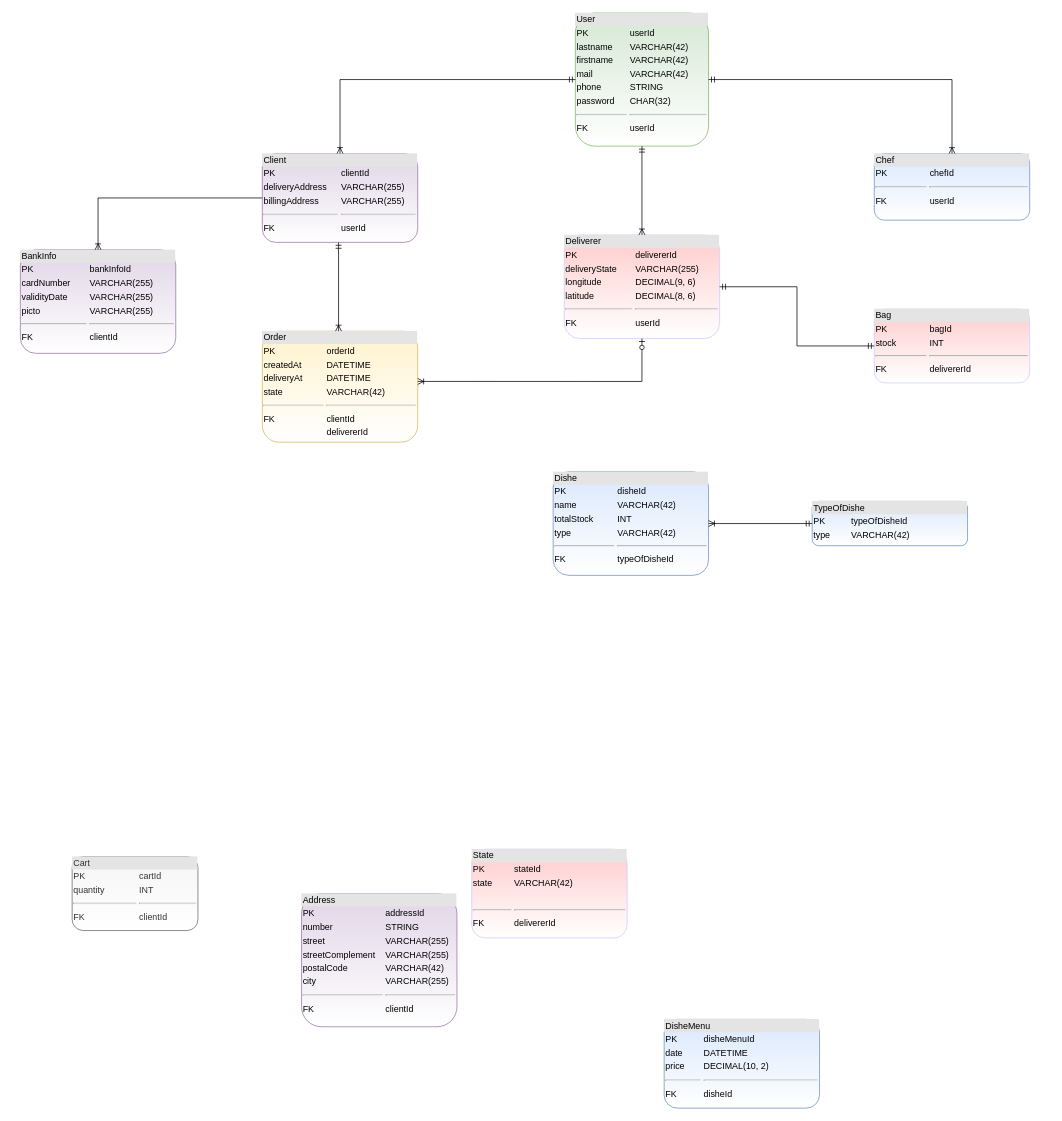
Before: page "Modèle physique de données" (2 of 2) of Diagramme des classes.drawio in klaxurit/JuncaHugo_4_10122021, a draw.io diagram. Source tidied: cells renumbered, new cells numbered last; positions are measured from the earlier drawing's top-left corner, leaving out a move shared by most shapes. Both pictures are drawn from the tidied source at 74%, with x=0, y=0 at pixel (20, 13).
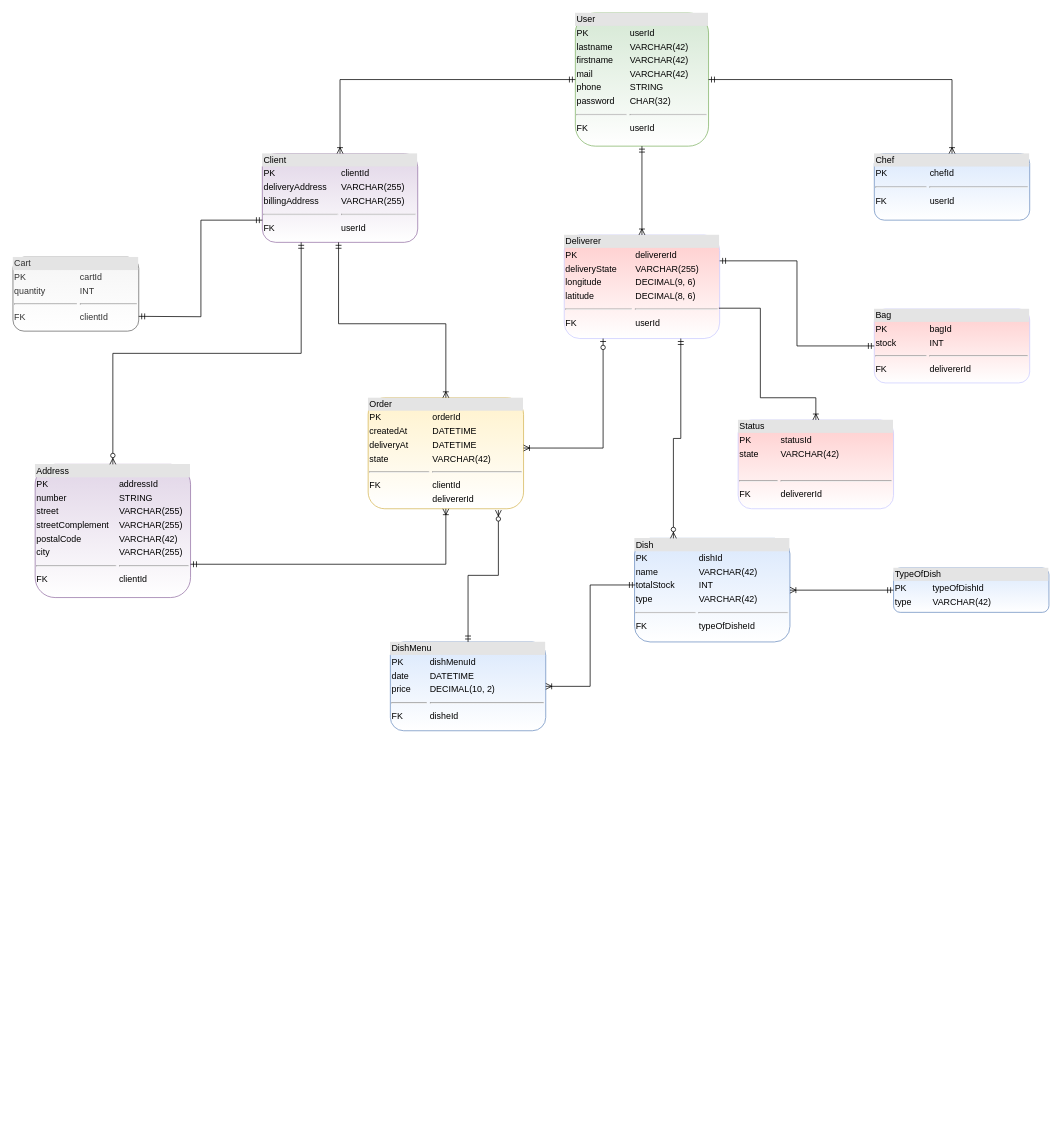
Above is the later version.

Unchanged cells that the change refers to:
```xml
<mxCell id="2" value="&lt;div style=&quot;box-sizing: border-box ; width: 100% ; background: #e4e4e4 ; padding: 2px&quot;&gt;Client&lt;/div&gt;&lt;table style=&quot;width: 100% ; font-size: 1em&quot; cellpadding=&quot;2&quot; cellspacing=&quot;0&quot;&gt;&lt;tbody&gt;&lt;tr&gt;&lt;td&gt;PK&lt;/td&gt;&lt;td&gt;clientId&lt;br&gt;&lt;/td&gt;&lt;/tr&gt;&lt;tr&gt;&lt;td&gt;deliveryAddress&lt;br&gt;&lt;/td&gt;&lt;td&gt;VARCHAR(255)&lt;/td&gt;&lt;/tr&gt;&lt;tr&gt;&lt;td&gt;billingAddress&lt;/td&gt;&lt;td&gt;VARCHAR(255)&lt;/td&gt;&lt;/tr&gt;&lt;tr&gt;&lt;td&gt;&lt;hr&gt;&lt;/td&gt;&lt;td&gt;&lt;hr&gt;&lt;/td&gt;&lt;/tr&gt;&lt;tr&gt;&lt;td&gt;FK&lt;/td&gt;&lt;td&gt;userId&lt;/td&gt;&lt;/tr&gt;&lt;tr&gt;&lt;td&gt;&lt;/td&gt;&lt;td&gt;&lt;br&gt;&lt;/td&gt;&lt;/tr&gt;&lt;/tbody&gt;&lt;/table&gt;" style="verticalAlign=top;align=left;overflow=fill;html=1;fillColor=#e1d5e7;strokeColor=#9673a6;shadow=0;sketch=0;glass=0;rounded=1;gradientColor=#ffffff;" parent="1" vertex="1">
  <mxGeometry x="327" y="190" width="210" height="120" as="geometry" />
</mxCell>
<mxCell id="4" value="&lt;div style=&quot;box-sizing: border-box ; width: 100% ; background: #e4e4e4 ; padding: 2px&quot;&gt;Deliverer&lt;/div&gt;&lt;table style=&quot;width: 100% ; font-size: 1em&quot; cellpadding=&quot;2&quot; cellspacing=&quot;0&quot;&gt;&lt;tbody&gt;&lt;tr&gt;&lt;td&gt;PK&lt;/td&gt;&lt;td&gt;delivererId&lt;/td&gt;&lt;/tr&gt;&lt;tr&gt;&lt;td&gt;deliveryState&lt;br&gt;&lt;/td&gt;&lt;td&gt;VARCHAR(255)&lt;/td&gt;&lt;/tr&gt;&lt;tr&gt;&lt;td&gt;longitude&lt;/td&gt;&lt;td&gt;DECIMAL(9, 6)&lt;/td&gt;&lt;/tr&gt;&lt;tr&gt;&lt;td&gt;latitude&lt;/td&gt;&lt;td&gt;DECIMAL(8, 6)&lt;/td&gt;&lt;/tr&gt;&lt;tr&gt;&lt;td&gt;&lt;hr&gt;&lt;/td&gt;&lt;td&gt;&lt;hr&gt;&lt;/td&gt;&lt;/tr&gt;&lt;tr&gt;&lt;td&gt;FK&lt;/td&gt;&lt;td&gt;userId&lt;/td&gt;&lt;/tr&gt;&lt;tr&gt;&lt;td&gt;&lt;/td&gt;&lt;td&gt;&lt;br&gt;&lt;/td&gt;&lt;/tr&gt;&lt;/tbody&gt;&lt;/table&gt;" style="verticalAlign=top;align=left;overflow=fill;html=1;fillColor=#FFCCCC;strokeColor=#CCCCFF;gradientColor=#ffffff;shadow=0;sketch=0;glass=0;rounded=1;" parent="1" vertex="1">
  <mxGeometry x="735" y="300" width="210" height="140" as="geometry" />
</mxCell>
<mxCell id="9" value="&lt;div style=&quot;box-sizing: border-box ; width: 100% ; background: #e4e4e4 ; padding: 2px&quot;&gt;Bag&lt;/div&gt;&lt;table style=&quot;width: 100% ; font-size: 1em&quot; cellpadding=&quot;2&quot; cellspacing=&quot;0&quot;&gt;&lt;tbody&gt;&lt;tr&gt;&lt;td&gt;PK&lt;/td&gt;&lt;td&gt;bagId&lt;/td&gt;&lt;/tr&gt;&lt;tr&gt;&lt;td&gt;stock&lt;br&gt;&lt;/td&gt;&lt;td&gt;INT&lt;/td&gt;&lt;/tr&gt;&lt;tr&gt;&lt;td&gt;&lt;hr&gt;&lt;/td&gt;&lt;td&gt;&lt;hr&gt;&lt;/td&gt;&lt;/tr&gt;&lt;tr&gt;&lt;td&gt;FK&lt;/td&gt;&lt;td&gt;delivererId&lt;/td&gt;&lt;/tr&gt;&lt;tr&gt;&lt;td&gt;&lt;/td&gt;&lt;td&gt;&lt;br&gt;&lt;/td&gt;&lt;/tr&gt;&lt;/tbody&gt;&lt;/table&gt;" style="verticalAlign=top;align=left;overflow=fill;html=1;fillColor=#FFCCCC;strokeColor=#CCCCFF;gradientColor=#ffffff;shadow=0;sketch=0;glass=0;rounded=1;" parent="1" vertex="1">
  <mxGeometry x="1154" y="400" width="210" height="100" as="geometry" />
</mxCell>
```

What changed in the source:
```diff
@@
     <mxCell id="6" value="&lt;div style=&quot;box-sizing: border-box ; width: 100% ; background: #e4e4e4 ; padding: 2px&quot;&gt;Address&lt;/div&gt;&lt;table style=&quot;width: 100% ; font-size: 1em&quot; cellpadding=&quot;2&quot; cellspacing=&quot;0&quot;&gt;&lt;tbody&gt;&lt;tr&gt;&lt;td&gt;PK&lt;/td&gt;&lt;td&gt;addressId&lt;br&gt;&lt;/td&gt;&lt;/tr&gt;&lt;tr&gt;&lt;td&gt;number&lt;br&gt;&lt;/td&gt;&lt;td&gt;STRING&lt;/td&gt;&lt;/tr&gt;&lt;tr&gt;&lt;td&gt;street&lt;/td&gt;&lt;td&gt;VARCHAR(255)&lt;/td&gt;&lt;/tr&gt;&lt;tr&gt;&lt;td&gt;streetComplement&lt;/td&gt;&lt;td&gt;VARCHAR(255)&lt;/td&gt;&lt;/tr&gt;&lt;tr&gt;&lt;td&gt;postalCode&lt;/td&gt;&lt;td&gt;VARCHAR(42)&lt;/td&gt;&lt;/tr&gt;&lt;tr&gt;&lt;td&gt;city&lt;/td&gt;&lt;td&gt;VARCHAR(255)&lt;/td&gt;&lt;/tr&gt;&lt;tr&gt;&lt;td&gt;&lt;hr&gt;&lt;/td&gt;&lt;td&gt;&lt;hr&gt;&lt;/td&gt;&lt;/tr&gt;&lt;tr&gt;&lt;td&gt;FK&lt;/td&gt;&lt;td&gt;clientId&lt;/td&gt;&lt;/tr&gt;&lt;tr&gt;&lt;td&gt;&lt;/td&gt;&lt;td&gt;&lt;br&gt;&lt;/td&gt;&lt;/tr&gt;&lt;/tbody&gt;&lt;/table&gt;" style="verticalAlign=top;align=left;overflow=fill;html=1;fillColor=#e1d5e7;strokeColor=#9673a6;shadow=0;sketch=0;glass=0;rounded=1;gradientColor=#ffffff;" parent="1" vertex="1">
-      <mxGeometry x="380" y="1190" width="210" height="180" as="geometry" />
+      <mxGeometry x="20" y="610" width="210" height="180" as="geometry" />
     </mxCell>
-    <mxCell id="7" value="&lt;div style=&quot;box-sizing: border-box ; width: 100% ; background: #e4e4e4 ; padding: 2px&quot;&gt;BankInfo&lt;/div&gt;&lt;table style=&quot;width: 100% ; font-size: 1em&quot; cellpadding=&quot;2&quot; cellspacing=&quot;0&quot;&gt;&lt;tbody&gt;&lt;tr&gt;&lt;td&gt;PK&lt;/td&gt;&lt;td&gt;bankInfoId&lt;br&gt;&lt;/td&gt;&lt;/tr&gt;&lt;tr&gt;&lt;td&gt;cardNumber&lt;br&gt;&lt;/td&gt;&lt;td&gt;VARCHAR(255)&lt;/td&gt;&lt;/tr&gt;&lt;tr&gt;&lt;td&gt;validityDate&lt;/td&gt;&lt;td&gt;VARCHAR(255)&lt;/td&gt;&lt;/tr&gt;&lt;tr&gt;&lt;td&gt;picto&lt;/td&gt;&lt;td&gt;VARCHAR(255)&lt;/td&gt;&lt;/tr&gt;&lt;tr&gt;&lt;td&gt;&lt;hr&gt;&lt;/td&gt;&lt;td&gt;&lt;hr&gt;&lt;/td&gt;&lt;/tr&gt;&lt;tr&gt;&lt;td&gt;FK&lt;/td&gt;&lt;td&gt;clientId&lt;/td&gt;&lt;/tr&gt;&lt;tr&gt;&lt;td&gt;&lt;/td&gt;&lt;td&gt;&lt;br&gt;&lt;/td&gt;&lt;/tr&gt;&lt;/tbody&gt;&lt;/table&gt;" style="verticalAlign=top;align=left;overflow=fill;html=1;fillColor=#e1d5e7;strokeColor=#9673a6;shadow=0;sketch=0;glass=0;rounded=1;gradientColor=#ffffff;" parent="1" vertex="1">
-      <mxGeometry y="320" width="210" height="140" as="geometry" />
-    </mxCell>
-    <mxCell id="8" value="&lt;div style=&quot;box-sizing: border-box ; width: 100% ; background: #e4e4e4 ; padding: 2px&quot;&gt;State&lt;/div&gt;&lt;table style=&quot;width: 100% ; font-size: 1em&quot; cellpadding=&quot;2&quot; cellspacing=&quot;0&quot;&gt;&lt;tbody&gt;&lt;tr&gt;&lt;td&gt;PK&lt;/td&gt;&lt;td&gt;stateId&lt;/td&gt;&lt;/tr&gt;&lt;tr&gt;&lt;td&gt;state&lt;br&gt;&lt;/td&gt;&lt;td&gt;VARCHAR(42)&lt;/td&gt;&lt;/tr&gt;&lt;tr&gt;&lt;td&gt;&lt;br&gt;&lt;/td&gt;&lt;td&gt;&lt;br&gt;&lt;/td&gt;&lt;/tr&gt;&lt;tr&gt;&lt;td&gt;&lt;hr&gt;&lt;/td&gt;&lt;td&gt;&lt;hr&gt;&lt;/td&gt;&lt;/tr&gt;&lt;tr&gt;&lt;td&gt;FK&lt;/td&gt;&lt;td&gt;delivererId&lt;/td&gt;&lt;/tr&gt;&lt;tr&gt;&lt;td&gt;&lt;/td&gt;&lt;td&gt;&lt;br&gt;&lt;/td&gt;&lt;/tr&gt;&lt;/tbody&gt;&lt;/table&gt;" style="verticalAlign=top;align=left;overflow=fill;html=1;fillColor=#FFCCCC;strokeColor=#CCCCFF;gradientColor=#ffffff;shadow=0;sketch=0;glass=0;rounded=1;" parent="1" vertex="1">
-      <mxGeometry x="610" y="1130" width="210" height="120" as="geometry" />
+    <mxCell id="8" value="&lt;div style=&quot;box-sizing: border-box ; width: 100% ; background: #e4e4e4 ; padding: 2px&quot;&gt;Status&lt;/div&gt;&lt;table style=&quot;width: 100% ; font-size: 1em&quot; cellpadding=&quot;2&quot; cellspacing=&quot;0&quot;&gt;&lt;tbody&gt;&lt;tr&gt;&lt;td&gt;PK&lt;/td&gt;&lt;td&gt;statusId&lt;/td&gt;&lt;/tr&gt;&lt;tr&gt;&lt;td&gt;state&lt;br&gt;&lt;/td&gt;&lt;td&gt;VARCHAR(42)&lt;/td&gt;&lt;/tr&gt;&lt;tr&gt;&lt;td&gt;&lt;br&gt;&lt;/td&gt;&lt;td&gt;&lt;br&gt;&lt;/td&gt;&lt;/tr&gt;&lt;tr&gt;&lt;td&gt;&lt;hr&gt;&lt;/td&gt;&lt;td&gt;&lt;hr&gt;&lt;/td&gt;&lt;/tr&gt;&lt;tr&gt;&lt;td&gt;FK&lt;/td&gt;&lt;td&gt;delivererId&lt;/td&gt;&lt;/tr&gt;&lt;tr&gt;&lt;td&gt;&lt;/td&gt;&lt;td&gt;&lt;br&gt;&lt;/td&gt;&lt;/tr&gt;&lt;/tbody&gt;&lt;/table&gt;" style="verticalAlign=top;align=left;overflow=fill;html=1;fillColor=#FFCCCC;strokeColor=#CCCCFF;gradientColor=#ffffff;shadow=0;sketch=0;glass=0;rounded=1;" parent="1" vertex="1">
+      <mxGeometry x="970" y="550" width="210" height="120" as="geometry" />
     </mxCell>
@@
-    <mxCell id="10" value="&lt;div style=&quot;box-sizing: border-box ; width: 100% ; background: #e4e4e4 ; padding: 2px&quot;&gt;Dishe&lt;/div&gt;&lt;table style=&quot;width: 100% ; font-size: 1em&quot; cellpadding=&quot;2&quot; cellspacing=&quot;0&quot;&gt;&lt;tbody&gt;&lt;tr&gt;&lt;td&gt;PK&lt;/td&gt;&lt;td&gt;disheId&lt;/td&gt;&lt;/tr&gt;&lt;tr&gt;&lt;td&gt;name&lt;/td&gt;&lt;td&gt;VARCHAR(42)&lt;/td&gt;&lt;/tr&gt;&lt;tr&gt;&lt;td&gt;totalStock&lt;/td&gt;&lt;td&gt;INT&lt;/td&gt;&lt;/tr&gt;&lt;tr&gt;&lt;td&gt;type&lt;/td&gt;&lt;td&gt;VARCHAR(42)&lt;/td&gt;&lt;/tr&gt;&lt;tr&gt;&lt;td&gt;&lt;hr&gt;&lt;/td&gt;&lt;td&gt;&lt;hr&gt;&lt;/td&gt;&lt;/tr&gt;&lt;tr&gt;&lt;td&gt;FK&lt;/td&gt;&lt;td&gt;typeOfDisheId&lt;/td&gt;&lt;/tr&gt;&lt;tr&gt;&lt;td&gt;&lt;/td&gt;&lt;td&gt;&lt;br&gt;&lt;/td&gt;&lt;/tr&gt;&lt;/tbody&gt;&lt;/table&gt;" style="verticalAlign=top;align=left;overflow=fill;html=1;fillColor=#dae8fc;strokeColor=#6c8ebf;shadow=0;sketch=0;glass=0;rounded=1;gradientColor=#ffffff;" parent="1" vertex="1">
-      <mxGeometry x="720" y="620" width="210" height="140" as="geometry" />
+    <mxCell id="10" value="&lt;div style=&quot;box-sizing: border-box ; width: 100% ; background: #e4e4e4 ; padding: 2px&quot;&gt;Dish&lt;/div&gt;&lt;table style=&quot;width: 100% ; font-size: 1em&quot; cellpadding=&quot;2&quot; cellspacing=&quot;0&quot;&gt;&lt;tbody&gt;&lt;tr&gt;&lt;td&gt;PK&lt;/td&gt;&lt;td&gt;dishId&lt;/td&gt;&lt;/tr&gt;&lt;tr&gt;&lt;td&gt;name&lt;/td&gt;&lt;td&gt;VARCHAR(42)&lt;/td&gt;&lt;/tr&gt;&lt;tr&gt;&lt;td&gt;totalStock&lt;/td&gt;&lt;td&gt;INT&lt;/td&gt;&lt;/tr&gt;&lt;tr&gt;&lt;td&gt;type&lt;/td&gt;&lt;td&gt;VARCHAR(42)&lt;/td&gt;&lt;/tr&gt;&lt;tr&gt;&lt;td&gt;&lt;hr&gt;&lt;/td&gt;&lt;td&gt;&lt;hr&gt;&lt;/td&gt;&lt;/tr&gt;&lt;tr&gt;&lt;td&gt;FK&lt;/td&gt;&lt;td&gt;typeOfDisheId&lt;/td&gt;&lt;/tr&gt;&lt;tr&gt;&lt;td&gt;&lt;/td&gt;&lt;td&gt;&lt;br&gt;&lt;/td&gt;&lt;/tr&gt;&lt;/tbody&gt;&lt;/table&gt;" style="verticalAlign=top;align=left;overflow=fill;html=1;fillColor=#dae8fc;strokeColor=#6c8ebf;shadow=0;sketch=0;glass=0;rounded=1;gradientColor=#ffffff;" parent="1" vertex="1">
+      <mxGeometry x="830" y="710" width="210" height="140" as="geometry" />
     </mxCell>
-    <mxCell id="11" value="&lt;div style=&quot;box-sizing: border-box ; width: 100% ; background: #e4e4e4 ; padding: 2px&quot;&gt;TypeOfDishe&lt;/div&gt;&lt;table style=&quot;width: 100% ; font-size: 1em&quot; cellpadding=&quot;2&quot; cellspacing=&quot;0&quot;&gt;&lt;tbody&gt;&lt;tr&gt;&lt;td&gt;PK&lt;/td&gt;&lt;td&gt;typeOfDisheId&lt;/td&gt;&lt;/tr&gt;&lt;tr&gt;&lt;td&gt;type&lt;/td&gt;&lt;td&gt;VARCHAR(42)&lt;/td&gt;&lt;/tr&gt;&lt;tr&gt;&lt;td&gt;&lt;/td&gt;&lt;td&gt;&lt;br&gt;&lt;/td&gt;&lt;/tr&gt;&lt;/tbody&gt;&lt;/table&gt;" style="verticalAlign=top;align=left;overflow=fill;html=1;fillColor=#dae8fc;strokeColor=#6c8ebf;shadow=0;sketch=0;glass=0;rounded=1;gradientColor=#ffffff;" parent="1" vertex="1">
-      <mxGeometry x="1070" y="660" width="210" height="60" as="geometry" />
+    <mxCell id="11" value="&lt;div style=&quot;box-sizing: border-box ; width: 100% ; background: #e4e4e4 ; padding: 2px&quot;&gt;TypeOfDish&lt;/div&gt;&lt;table style=&quot;width: 100% ; font-size: 1em&quot; cellpadding=&quot;2&quot; cellspacing=&quot;0&quot;&gt;&lt;tbody&gt;&lt;tr&gt;&lt;td&gt;PK&lt;/td&gt;&lt;td&gt;typeOfDishId&lt;/td&gt;&lt;/tr&gt;&lt;tr&gt;&lt;td&gt;type&lt;/td&gt;&lt;td&gt;VARCHAR(42)&lt;/td&gt;&lt;/tr&gt;&lt;tr&gt;&lt;td&gt;&lt;/td&gt;&lt;td&gt;&lt;br&gt;&lt;/td&gt;&lt;/tr&gt;&lt;/tbody&gt;&lt;/table&gt;" style="verticalAlign=top;align=left;overflow=fill;html=1;fillColor=#dae8fc;strokeColor=#6c8ebf;shadow=0;sketch=0;glass=0;rounded=1;gradientColor=#ffffff;" parent="1" vertex="1">
+      <mxGeometry x="1180" y="750" width="210" height="60" as="geometry" />
     </mxCell>
-    <mxCell id="12" value="&lt;div style=&quot;box-sizing: border-box ; width: 100% ; background: #e4e4e4 ; padding: 2px&quot;&gt;DisheMenu&lt;/div&gt;&lt;table style=&quot;width: 100% ; font-size: 1em&quot; cellpadding=&quot;2&quot; cellspacing=&quot;0&quot;&gt;&lt;tbody&gt;&lt;tr&gt;&lt;td&gt;PK&lt;/td&gt;&lt;td&gt;disheMenuId&lt;/td&gt;&lt;/tr&gt;&lt;tr&gt;&lt;td&gt;date&lt;/td&gt;&lt;td&gt;DATETIME&lt;/td&gt;&lt;/tr&gt;&lt;tr&gt;&lt;td&gt;price&lt;/td&gt;&lt;td&gt;DECIMAL(10, 2)&lt;/td&gt;&lt;/tr&gt;&lt;tr&gt;&lt;td&gt;&lt;hr&gt;&lt;/td&gt;&lt;td&gt;&lt;hr&gt;&lt;/td&gt;&lt;/tr&gt;&lt;tr&gt;&lt;td&gt;FK&lt;/td&gt;&lt;td&gt;disheId&lt;/td&gt;&lt;/tr&gt;&lt;/tbody&gt;&lt;/table&gt;" style="verticalAlign=top;align=left;overflow=fill;html=1;fillColor=#dae8fc;strokeColor=#6c8ebf;shadow=0;sketch=0;glass=0;rounded=1;gradientColor=#ffffff;" parent="1" vertex="1">
-      <mxGeometry x="870" y="1360" width="210" height="120" as="geometry" />
+    <mxCell id="12" value="&lt;div style=&quot;box-sizing: border-box ; width: 100% ; background: #e4e4e4 ; padding: 2px&quot;&gt;DishMenu&lt;/div&gt;&lt;table style=&quot;width: 100% ; font-size: 1em&quot; cellpadding=&quot;2&quot; cellspacing=&quot;0&quot;&gt;&lt;tbody&gt;&lt;tr&gt;&lt;td&gt;PK&lt;/td&gt;&lt;td&gt;dishMenuId&lt;/td&gt;&lt;/tr&gt;&lt;tr&gt;&lt;td&gt;date&lt;/td&gt;&lt;td&gt;DATETIME&lt;/td&gt;&lt;/tr&gt;&lt;tr&gt;&lt;td&gt;price&lt;/td&gt;&lt;td&gt;DECIMAL(10, 2)&lt;/td&gt;&lt;/tr&gt;&lt;tr&gt;&lt;td&gt;&lt;hr&gt;&lt;/td&gt;&lt;td&gt;&lt;hr&gt;&lt;/td&gt;&lt;/tr&gt;&lt;tr&gt;&lt;td&gt;FK&lt;/td&gt;&lt;td&gt;disheId&lt;/td&gt;&lt;/tr&gt;&lt;/tbody&gt;&lt;/table&gt;" style="verticalAlign=top;align=left;overflow=fill;html=1;fillColor=#dae8fc;strokeColor=#6c8ebf;shadow=0;sketch=0;glass=0;rounded=1;gradientColor=#ffffff;" parent="1" vertex="1">
+      <mxGeometry x="500" y="850" width="210" height="120" as="geometry" />
     </mxCell>
     <mxCell id="13" value="&lt;div style=&quot;box-sizing: border-box ; width: 100% ; background: #e4e4e4 ; padding: 2px&quot;&gt;Order&lt;/div&gt;&lt;table style=&quot;width: 100% ; font-size: 1em&quot; cellpadding=&quot;2&quot; cellspacing=&quot;0&quot;&gt;&lt;tbody&gt;&lt;tr&gt;&lt;td&gt;PK&lt;/td&gt;&lt;td&gt;orderId&lt;/td&gt;&lt;/tr&gt;&lt;tr&gt;&lt;td&gt;createdAt&lt;/td&gt;&lt;td&gt;DATETIME&lt;/td&gt;&lt;/tr&gt;&lt;tr&gt;&lt;td&gt;deliveryAt&lt;/td&gt;&lt;td&gt;DATETIME&lt;/td&gt;&lt;/tr&gt;&lt;tr&gt;&lt;td&gt;state&lt;/td&gt;&lt;td&gt;VARCHAR(42)&lt;/td&gt;&lt;/tr&gt;&lt;tr&gt;&lt;td&gt;&lt;hr&gt;&lt;/td&gt;&lt;td&gt;&lt;hr&gt;&lt;/td&gt;&lt;/tr&gt;&lt;tr&gt;&lt;td&gt;FK&lt;/td&gt;&lt;td&gt;clientId&lt;/td&gt;&lt;/tr&gt;&lt;tr&gt;&lt;td&gt;&lt;br&gt;&lt;/td&gt;&lt;td&gt;delivererId&lt;/td&gt;&lt;/tr&gt;&lt;tr&gt;&lt;td&gt;&lt;br&gt;&lt;/td&gt;&lt;td&gt;&lt;br&gt;&lt;/td&gt;&lt;/tr&gt;&lt;/tbody&gt;&lt;/table&gt;" style="verticalAlign=top;align=left;overflow=fill;html=1;fillColor=#fff2cc;strokeColor=#d6b656;shadow=0;sketch=0;glass=0;rounded=1;gradientColor=#ffffff;" parent="1" vertex="1">
-      <mxGeometry x="327" y="430" width="210" height="150" as="geometry" />
+      <mxGeometry x="470" y="520" width="210" height="150" as="geometry" />
     </mxCell>
     <mxCell id="14" value="&lt;div style=&quot;box-sizing: border-box ; width: 100% ; background: #e4e4e4 ; padding: 2px&quot;&gt;Cart&lt;/div&gt;&lt;table style=&quot;width: 100% ; font-size: 1em&quot; cellpadding=&quot;2&quot; cellspacing=&quot;0&quot;&gt;&lt;tbody&gt;&lt;tr&gt;&lt;td&gt;PK&lt;/td&gt;&lt;td&gt;cartId&lt;/td&gt;&lt;/tr&gt;&lt;tr&gt;&lt;td&gt;quantity&lt;/td&gt;&lt;td&gt;INT&lt;/td&gt;&lt;/tr&gt;&lt;tr&gt;&lt;td&gt;&lt;hr&gt;&lt;/td&gt;&lt;td&gt;&lt;hr&gt;&lt;/td&gt;&lt;/tr&gt;&lt;tr&gt;&lt;td&gt;FK&lt;/td&gt;&lt;td&gt;clientId&lt;/td&gt;&lt;/tr&gt;&lt;tr&gt;&lt;td&gt;&lt;br&gt;&lt;/td&gt;&lt;td&gt;&lt;br&gt;&lt;/td&gt;&lt;/tr&gt;&lt;tr&gt;&lt;td&gt;&lt;br&gt;&lt;/td&gt;&lt;td&gt;&lt;br&gt;&lt;/td&gt;&lt;/tr&gt;&lt;/tbody&gt;&lt;/table&gt;" style="verticalAlign=top;align=left;overflow=fill;html=1;shadow=0;sketch=0;glass=0;rounded=1;fillColor=#f5f5f5;fontColor=#333333;strokeColor=#666666;gradientColor=#ffffff;" parent="1" vertex="1">
-      <mxGeometry x="70" y="1140" width="170" height="100" as="geometry" />
+      <mxGeometry x="-10" y="330" width="170" height="100" as="geometry" />
     </mxCell>
@@
-    <mxCell id="18" style="fontSize=12;html=1;endArrow=ERoneToMany;startArrow=ERmandOne;rounded=0;entryX=0.5;entryY=0;entryDx=0;entryDy=0;exitX=0.5;exitY=1;exitDx=0;exitDy=0;" parent="1" edge="1">
+    <mxCell id="18" style="fontSize=12;html=1;endArrow=ERoneToMany;startArrow=ERmandOne;rounded=0;entryX=0.5;entryY=0;entryDx=0;entryDy=0;exitX=0.5;exitY=1;exitDx=0;exitDy=0;edgeStyle=orthogonalEdgeStyle;" parent="1" edge="1" target="13">
       <mxGeometry relative="1" as="geometry">
         <mxPoint x="430" y="310" as="sourcePoint" />
-        <mxPoint x="430" y="430" as="targetPoint" />
+        <Array as="points">
+          <mxPoint x="430" y="420" />
+          <mxPoint x="575" y="420" />
+        </Array>
       </mxGeometry>
     </mxCell>
@@
-    <mxCell id="20" style="edgeStyle=orthogonalEdgeStyle;fontSize=12;html=1;endArrow=ERoneToMany;startArrow=ERzeroToOne;rounded=0;entryX=1;entryY=0.453;entryDx=0;entryDy=0;entryPerimeter=0;exitX=0.5;exitY=1;exitDx=0;exitDy=0;" parent="1" edge="1" source="4" target="13">
+    <mxCell id="20" style="edgeStyle=orthogonalEdgeStyle;fontSize=12;html=1;endArrow=ERoneToMany;startArrow=ERzeroToOne;rounded=0;entryX=1;entryY=0.453;entryDx=0;entryDy=0;entryPerimeter=0;exitX=0.25;exitY=1;exitDx=0;exitDy=0;" parent="1" edge="1" source="4" target="13">
       <mxGeometry relative="1" as="geometry" />
     </mxCell>
-    <mxCell id="21" style="edgeStyle=orthogonalEdgeStyle;fontSize=12;html=1;endArrow=ERmandOne;startArrow=ERmandOne;rounded=0;entryX=0;entryY=0.5;entryDx=0;entryDy=0;exitX=1;exitY=0.5;exitDx=0;exitDy=0;" parent="1" edge="1" source="4" target="9">
+    <mxCell id="21" style="edgeStyle=orthogonalEdgeStyle;fontSize=12;html=1;endArrow=ERmandOne;startArrow=ERmandOne;rounded=0;entryX=0;entryY=0.5;entryDx=0;entryDy=0;exitX=1;exitY=0.25;exitDx=0;exitDy=0;" parent="1" edge="1" source="4" target="9">
       <mxGeometry relative="1" as="geometry" />
     </mxCell>
-    <mxCell id="22" style="edgeStyle=orthogonalEdgeStyle;fontSize=12;html=1;endArrow=ERoneToMany;rounded=0;entryX=0.5;entryY=0;entryDx=0;entryDy=0;exitX=0;exitY=0.5;exitDx=0;exitDy=0;" parent="1" edge="1" source="2" target="7">
-      <mxGeometry relative="1" as="geometry" />
-    </mxCell>
+    <mxCell id="23" style="edgeStyle=orthogonalEdgeStyle;fontSize=12;html=1;endArrow=ERoneToMany;startArrow=ERmandOne;rounded=0;entryX=0.5;entryY=1;entryDx=0;entryDy=0;exitX=1;exitY=0.75;exitDx=0;exitDy=0;" parent="1" edge="1" source="6" target="13">
+      <mxGeometry relative="1" as="geometry">
+        <Array as="points">
+          <mxPoint x="575" y="745" />
+        </Array>
+      </mxGeometry>
+    </mxCell>
+    <mxCell id="24" style="edgeStyle=orthogonalEdgeStyle;fontSize=12;html=1;endArrow=ERmandOne;startArrow=ERmandOne;rounded=0;entryX=0;entryY=0.75;entryDx=0;entryDy=0;" parent="1" edge="1" target="2">
+      <mxGeometry relative="1" as="geometry">
+        <mxPoint x="160" y="410" as="sourcePoint" />
+      </mxGeometry>
+    </mxCell>
+    <mxCell id="25" style="edgeStyle=orthogonalEdgeStyle;fontSize=12;html=1;endArrow=ERoneToMany;rounded=0;exitX=0.995;exitY=0.707;exitDx=0;exitDy=0;exitPerimeter=0;entryX=0.5;entryY=0;entryDx=0;entryDy=0;" parent="1" edge="1" source="4" target="8">
+      <mxGeometry relative="1" as="geometry">
+        <Array as="points">
+          <mxPoint x="1000" y="399" />
+          <mxPoint x="1000" y="520" />
+          <mxPoint x="1075" y="520" />
+        </Array>
+      </mxGeometry>
+    </mxCell>
+    <mxCell id="26" style="edgeStyle=orthogonalEdgeStyle;fontSize=12;html=1;endArrow=ERoneToMany;startArrow=ERmandOne;rounded=0;exitX=0.005;exitY=0.45;exitDx=0;exitDy=0;exitPerimeter=0;entryX=1;entryY=0.5;entryDx=0;entryDy=0;" parent="1" edge="1" source="10" target="12">
+      <mxGeometry relative="1" as="geometry" />
+    </mxCell>
+    <mxCell id="27" style="edgeStyle=orthogonalEdgeStyle;fontSize=12;html=1;endArrow=ERzeroToMany;startArrow=ERmandOne;rounded=0;exitX=0.5;exitY=0;exitDx=0;exitDy=0;entryX=0.838;entryY=1.012;entryDx=0;entryDy=0;entryPerimeter=0;" parent="1" edge="1" source="12" target="13">
+      <mxGeometry relative="1" as="geometry" />
+    </mxCell>
+    <mxCell id="28" style="fontSize=12;html=1;endArrow=ERzeroToMany;startArrow=ERmandOne;rounded=0;entryX=0.5;entryY=0;entryDx=0;entryDy=0;exitX=0.25;exitY=1;exitDx=0;exitDy=0;edgeStyle=orthogonalEdgeStyle;" parent="1" edge="1" source="2" target="6">
+      <mxGeometry relative="1" as="geometry" />
+    </mxCell>
+    <mxCell id="29" style="edgeStyle=orthogonalEdgeStyle;fontSize=12;html=1;endArrow=ERzeroToMany;startArrow=ERmandOne;rounded=0;entryX=0.25;entryY=0;entryDx=0;entryDy=0;exitX=0.75;exitY=1;exitDx=0;exitDy=0;" parent="1" edge="1" source="4" target="10">
+      <mxGeometry relative="1" as="geometry" />
+    </mxCell>
```
